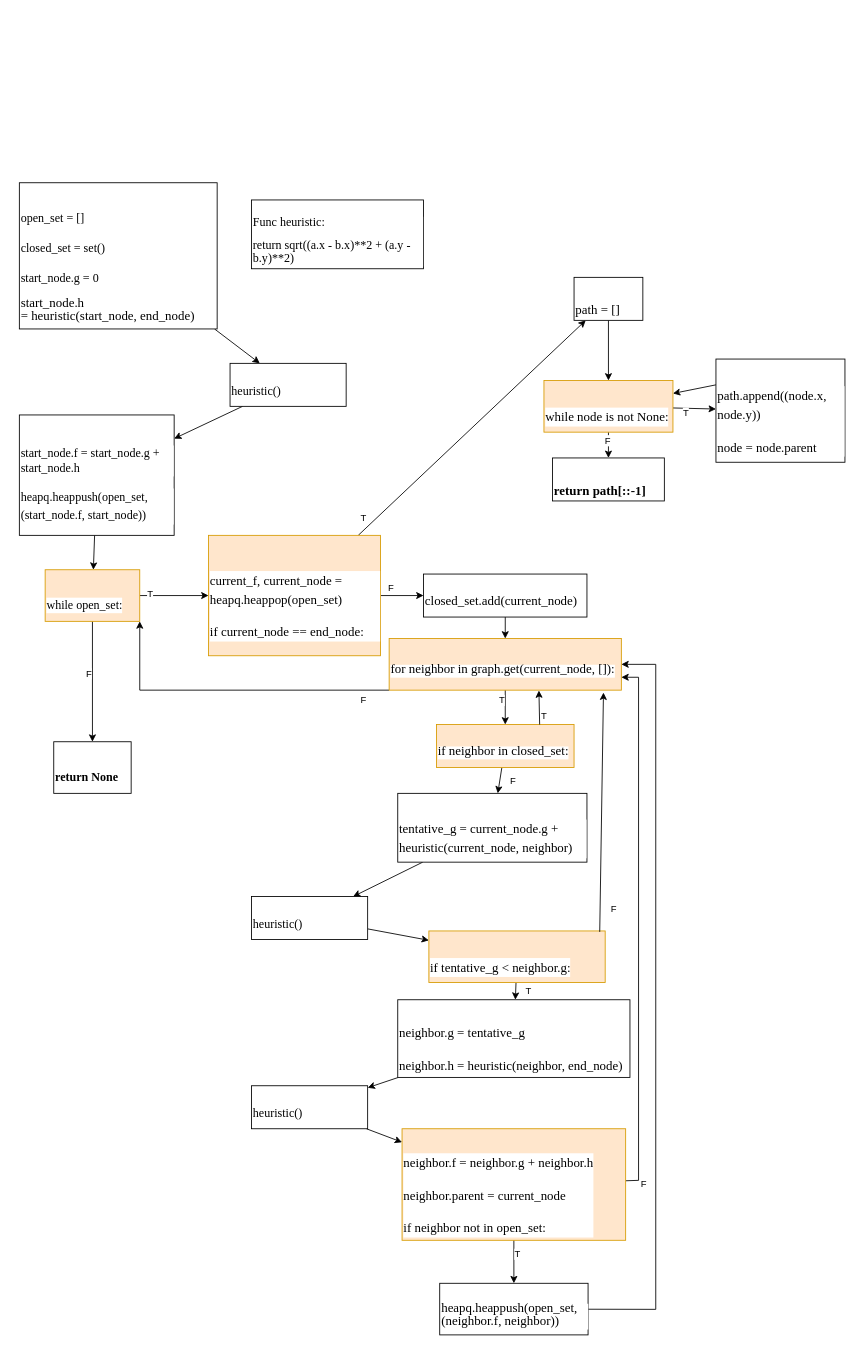
Before: Качество и тестирование ПО/графПотокаИсполнения.drawio in kuskas112/Labs, a draw.io diagram. Source tidied: cells renumbered, new cells numbered last; positions are measured from the earlier drawing's top-left corner, leaving out a move shared by most shapes. Both pictures are drawn from the tidied source at 86%, with x=0, y=0 at pixel (19, 182).
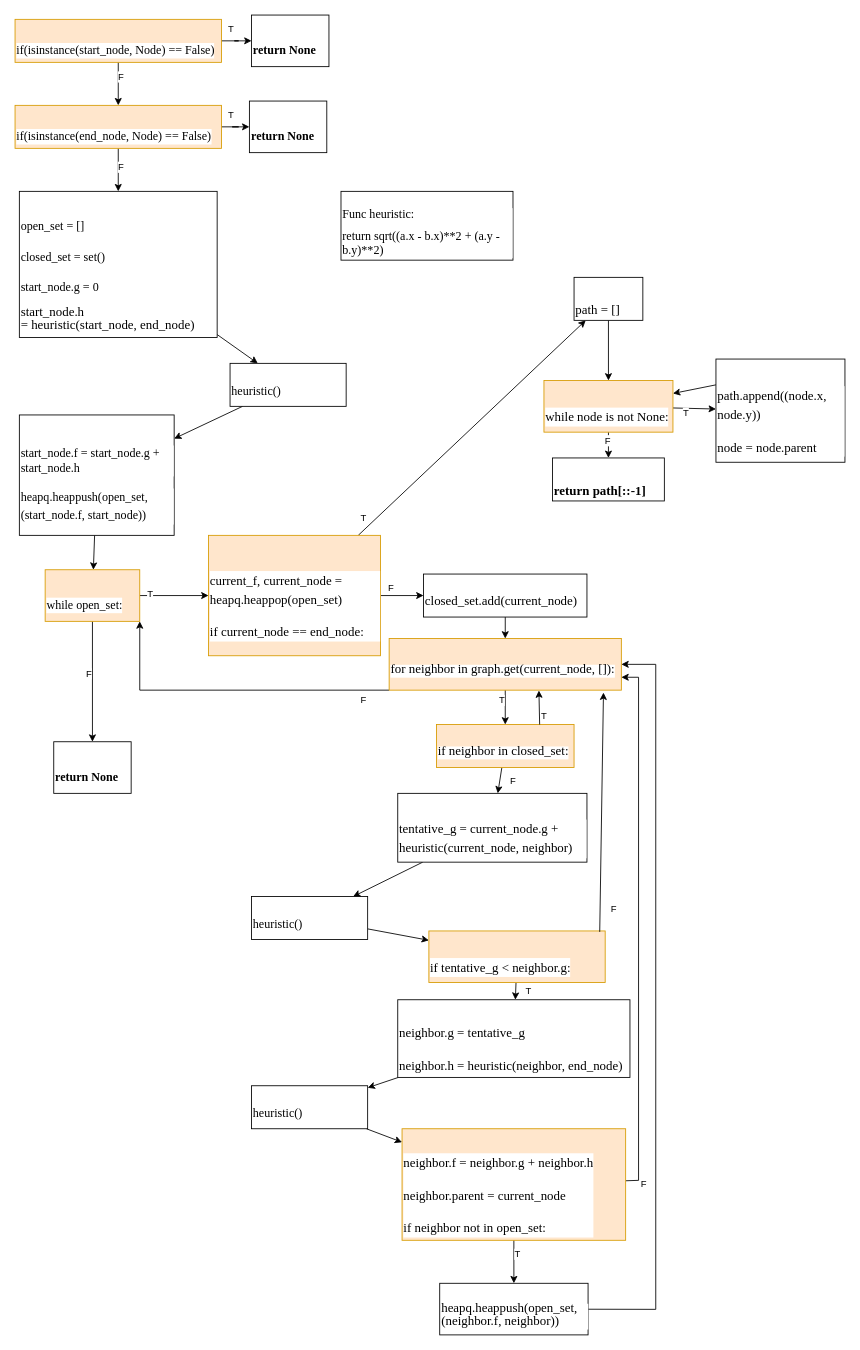
Above is the later version.

The edit, as a diff of the source:
```diff
@@
     <mxCell id="51" value="&lt;h5 style=&quot;margin-bottom: 0.0001pt; background: white;&quot;&gt;&lt;p style=&quot;margin-bottom: 0.0001pt; line-height: 150%; background-image: initial; background-position: initial; background-size: initial; background-repeat: initial; background-attachment: initial; background-origin: initial; background-clip: initial;&quot; class=&quot;MsoNormal&quot;&gt;&lt;span style=&quot;line-height: 150%; font-family: &amp;quot;Times New Roman&amp;quot;, serif; background-image: initial; background-position: initial; background-size: initial; background-repeat: initial; background-attachment: initial; background-origin: initial; background-clip: initial;&quot; lang=&quot;EN-US&quot;&gt;&lt;span style=&quot;font-weight: normal;&quot;&gt;&lt;font style=&quot;font-size: 14px;&quot;&gt;Func heuristic:&lt;/font&gt;&lt;/span&gt;&lt;/span&gt;&lt;/p&gt;&lt;p style=&quot;margin-bottom: 0.0001pt; line-height: 150%; background-image: initial; background-position: initial; background-size: initial; background-repeat: initial; background-attachment: initial; background-origin: initial; background-clip: initial;&quot; class=&quot;MsoNormal&quot;&gt;&lt;span style=&quot;line-height: 150%; font-family: &amp;quot;Times New Roman&amp;quot;, serif; background-image: initial; background-position: initial; background-size: initial; background-repeat: initial; background-attachment: initial; background-origin: initial; background-clip: initial;&quot; lang=&quot;EN-US&quot;&gt;&lt;span style=&quot;font-weight: normal;&quot;&gt;&lt;font style=&quot;font-size: 14px;&quot;&gt;return sqrt((a.x - b.x)**2 + (a.y - b.y)**2)&lt;/font&gt;&lt;/span&gt;&lt;/span&gt;&lt;/p&gt;&lt;/h5&gt;" style="rounded=0;whiteSpace=wrap;html=1;align=left;" parent="1" vertex="1">
-      <mxGeometry x="270" y="20" width="200" height="80" as="geometry" />
+      <mxGeometry x="374" y="10" width="200" height="80" as="geometry" />
     </mxCell>
@@
     <mxCell id="61" value="&lt;h5 style=&quot;margin-bottom: 0.0001pt; background: white; font-size: 14px;&quot;&gt;&lt;span style=&quot;line-height: 150%; font-family: &amp;quot;Times New Roman&amp;quot;, serif; background-image: initial; background-position: initial; background-size: initial; background-repeat: initial; background-attachment: initial; background-origin: initial; background-clip: initial; font-weight: normal;&quot; lang=&quot;EN-US&quot;&gt;&lt;font style=&quot;font-size: 14px;&quot;&gt;open_set = []&amp;nbsp;&lt;/font&gt;&lt;/span&gt;&lt;/h5&gt;&lt;p style=&quot;margin-bottom: 0.0001pt; background: white; font-size: 14px;&quot; class=&quot;MsoNormal&quot;&gt;&lt;span style=&quot;line-height: 150%; font-family: &amp;quot;Times New Roman&amp;quot;, serif; background-image: initial; background-position: initial; background-size: initial; background-repeat: initial; background-attachment: initial; background-origin: initial; background-clip: initial;&quot; lang=&quot;EN-US&quot;&gt;&lt;font style=&quot;font-size: 14px;&quot;&gt;closed_set = set()&amp;nbsp;&lt;br&gt;&lt;/font&gt;&lt;/span&gt;&lt;/p&gt;&lt;p style=&quot;margin-bottom: 0.0001pt; background: white; font-size: 14px;&quot; class=&quot;MsoNormal&quot;&gt;&lt;span style=&quot;line-height: 150%; font-family: &amp;quot;Times New Roman&amp;quot;, serif; background-image: initial; background-position: initial; background-size: initial; background-repeat: initial; background-attachment: initial; background-origin: initial; background-clip: initial;&quot; lang=&quot;EN-US&quot;&gt;&lt;font style=&quot;font-size: 14px;&quot;&gt;start_node.g = 0&lt;/font&gt;&lt;/span&gt;&lt;/p&gt;&lt;p style=&quot;margin-bottom:0cm;margin-bottom:.0001pt;line-height:&lt;br/&gt;150%;background:white;mso-shading:windowtext;mso-pattern:solid white&quot; class=&quot;MsoNormal&quot;&gt;&lt;span style=&quot;line-height: 107%; font-family: &amp;quot;Times New Roman&amp;quot;, serif; background-image: initial; background-position: initial; background-size: initial; background-repeat: initial; background-attachment: initial; background-origin: initial; background-clip: initial;&quot; lang=&quot;EN-US&quot;&gt;&lt;font style=&quot;font-size: 15px;&quot;&gt;start_node.h&lt;br/&gt;= heuristic(start_node, end_node)&lt;/font&gt;&lt;/span&gt;&lt;br&gt;&lt;/p&gt;" style="rounded=0;whiteSpace=wrap;html=1;align=left;" parent="1" vertex="1">
-      <mxGeometry width="230" height="170" as="geometry" />
+      <mxGeometry y="10" width="230" height="170" as="geometry" />
     </mxCell>
+    <mxCell id="62" style="edgeStyle=orthogonalEdgeStyle;rounded=0;jettySize=auto;html=1;" parent="1" edge="1" source="66" target="71">
+      <mxGeometry relative="1" as="geometry" />
+    </mxCell>
+    <mxCell id="63" value="F" style="edgeLabel;html=1;align=center;verticalAlign=middle;" parent="62" vertex="1">
+      <mxGeometry x="-0.36" y="2" relative="1" as="geometry" />
+    </mxCell>
+    <mxCell id="64" style="edgeStyle=orthogonalEdgeStyle;rounded=0;jettySize=auto;html=1;" parent="1" edge="1" source="66" target="73">
+      <mxGeometry relative="1" as="geometry" />
+    </mxCell>
+    <mxCell id="65" value="T" style="edgeLabel;html=1;align=center;verticalAlign=middle;" parent="64" vertex="1">
+      <mxGeometry x="0.11" y="-3" relative="1" as="geometry">
+        <mxPoint x="-5" y="-18" as="offset" />
+      </mxGeometry>
+    </mxCell>
+    <mxCell id="66" value="&lt;h5 style=&quot;margin-bottom: 0.0001pt; background: white; font-size: 14px;&quot;&gt;&lt;font face=&quot;Times New Roman, serif&quot;&gt;&lt;span style=&quot;font-weight: 400;&quot;&gt;if(isinstance(start_node, Node) == False)&lt;/span&gt;&lt;/font&gt;&lt;/h5&gt;" style="rounded=0;whiteSpace=wrap;html=1;align=left;fillColor=#ffe6cc;strokeColor=#d79b00;" parent="1" vertex="1">
+      <mxGeometry x="-5" y="-190" width="240" height="50" as="geometry" />
+    </mxCell>
+    <mxCell id="67" style="edgeStyle=orthogonalEdgeStyle;rounded=0;jettySize=auto;html=1;" parent="1" edge="1" source="71" target="61">
+      <mxGeometry relative="1" as="geometry" />
+    </mxCell>
+    <mxCell id="68" value="F" style="edgeLabel;html=1;align=center;verticalAlign=middle;" parent="67" vertex="1">
+      <mxGeometry x="-0.16" y="2" relative="1" as="geometry" />
+    </mxCell>
+    <mxCell id="69" style="edgeStyle=orthogonalEdgeStyle;rounded=0;jettySize=auto;html=1;" parent="1" edge="1" source="71" target="72">
+      <mxGeometry relative="1" as="geometry" />
+    </mxCell>
+    <mxCell id="70" value="T" style="edgeLabel;html=1;align=center;verticalAlign=middle;" parent="69" vertex="1">
+      <mxGeometry x="0.18" y="-1" relative="1" as="geometry">
+        <mxPoint x="-3" y="-16" as="offset" />
+      </mxGeometry>
+    </mxCell>
+    <mxCell id="71" value="&lt;h5 style=&quot;margin-bottom: 0.0001pt; background: white; font-size: 14px;&quot;&gt;&lt;font face=&quot;Times New Roman, serif&quot;&gt;&lt;span style=&quot;font-weight: 400;&quot;&gt;if(isinstance(end_node, Node) == False)&lt;/span&gt;&lt;/font&gt;&lt;/h5&gt;" style="rounded=0;whiteSpace=wrap;html=1;align=left;fillColor=#ffe6cc;strokeColor=#d79b00;" parent="1" vertex="1">
+      <mxGeometry x="-5" y="-90" width="240" height="50" as="geometry" />
+    </mxCell>
+    <mxCell id="72" value="&lt;h5 style=&quot;margin-bottom: 0.0001pt; background: white; font-size: 14px;&quot;&gt;&lt;font face=&quot;Times New Roman, serif&quot;&gt;return None&lt;/font&gt;&lt;/h5&gt;" style="rounded=0;whiteSpace=wrap;html=1;align=left;" parent="1" vertex="1">
+      <mxGeometry x="267.5" y="-95" width="90" height="60" as="geometry" />
+    </mxCell>
+    <mxCell id="73" value="&lt;h5 style=&quot;margin-bottom: 0.0001pt; background: white; font-size: 14px;&quot;&gt;&lt;font face=&quot;Times New Roman, serif&quot;&gt;return None&lt;/font&gt;&lt;/h5&gt;" style="rounded=0;whiteSpace=wrap;html=1;align=left;" parent="1" vertex="1">
+      <mxGeometry x="270" y="-195" width="90" height="60" as="geometry" />
+    </mxCell>
```
